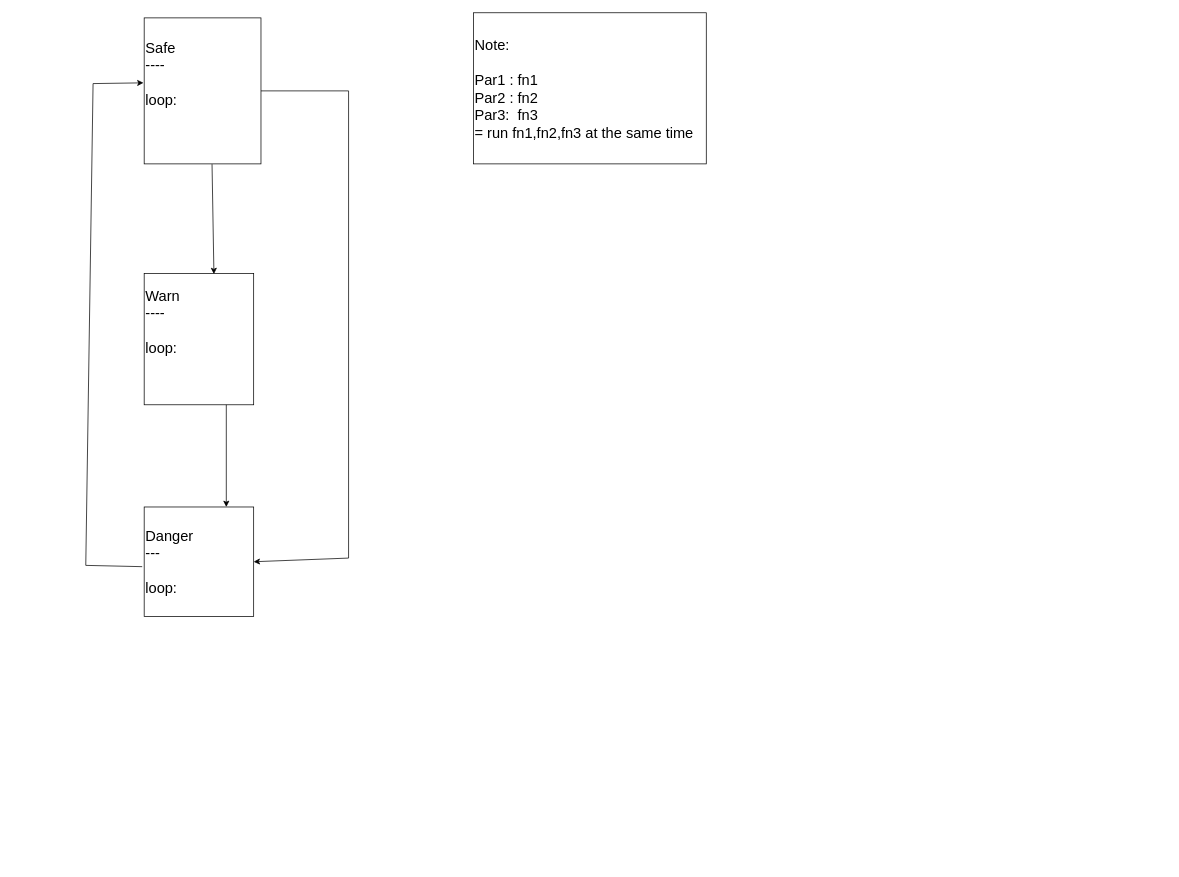
Before: Gas-Detector-State.drawio in exceed19-02/Gas-detector-hardware, a draw.io diagram. Source tidied: cells renumbered, new cells numbered last; positions are measured from the earlier drawing's top-left corner, leaving out a move shared by most shapes. Both pictures are drawn from the tidied source at 73%, with x=0, y=0 at pixel (85, 12).
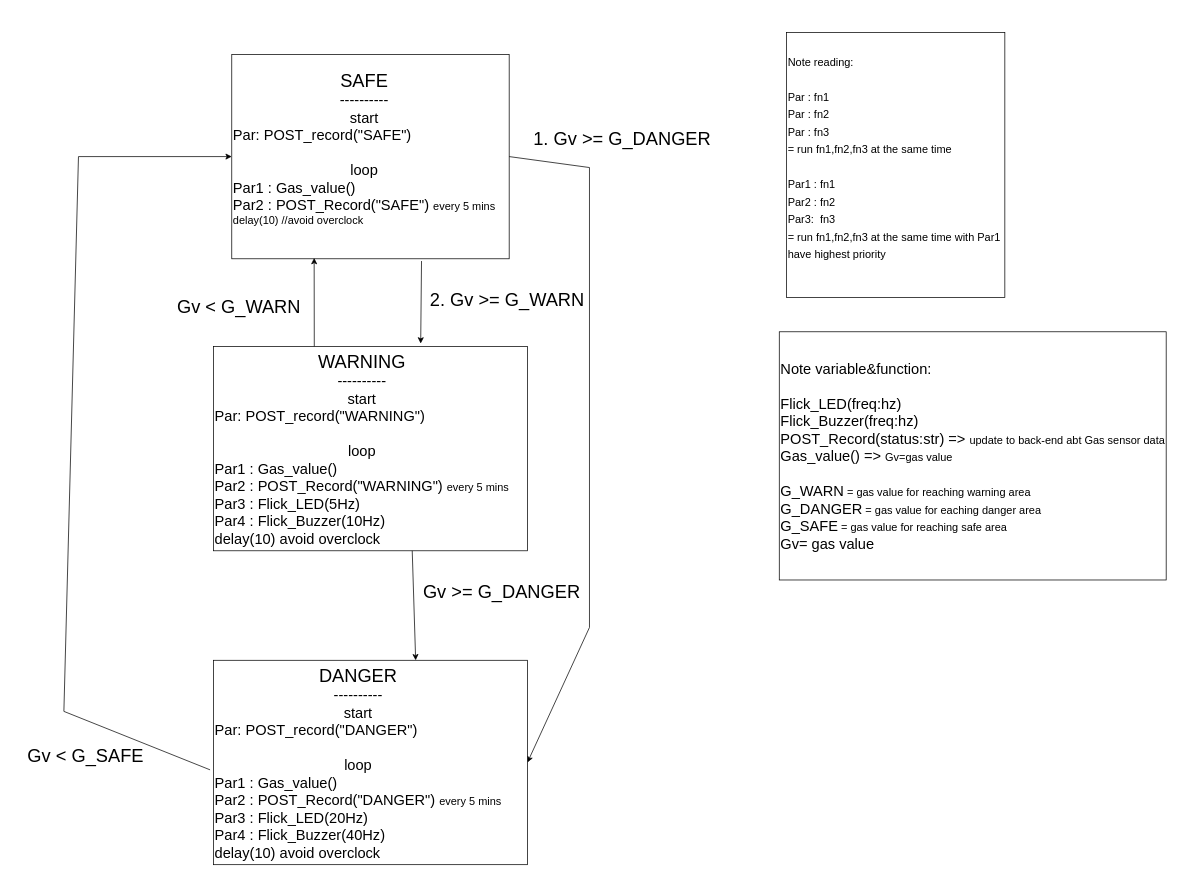
Above is the later version.

The edit, as a diff of the source:
```diff
@@
-    <mxCell id="2" value="&lt;div style=&quot;font-size: 20px;&quot;&gt;&lt;span style=&quot;background-color: initial;&quot;&gt;&lt;font style=&quot;font-size: 20px;&quot;&gt;Safe&lt;/font&gt;&lt;/span&gt;&lt;/div&gt;&lt;div style=&quot;font-size: 20px;&quot;&gt;&lt;span style=&quot;background-color: initial;&quot;&gt;&lt;font style=&quot;font-size: 20px;&quot;&gt;----&lt;/font&gt;&lt;/span&gt;&lt;/div&gt;&lt;div style=&quot;font-size: 20px;&quot;&gt;&lt;br&gt;&lt;/div&gt;&lt;div style=&quot;font-size: 20px;&quot;&gt;&lt;font style=&quot;font-size: 20px;&quot;&gt;loop:&lt;/font&gt;&lt;/div&gt;&lt;div style=&quot;font-size: 20px;&quot;&gt;&lt;font style=&quot;font-size: 20px;&quot;&gt;&lt;br&gt;&lt;/font&gt;&lt;/div&gt;&lt;div style=&quot;font-size: 20px;&quot;&gt;&lt;br&gt;&lt;/div&gt;" style="rounded=0;whiteSpace=wrap;html=1;align=left;" parent="1" vertex="1">
-      <mxGeometry x="80" y="7" width="160" height="200" as="geometry" />
+    <mxCell id="2" value="&lt;div style=&quot;text-align: center;&quot;&gt;&lt;span style=&quot;background-color: initial;&quot;&gt;&lt;font style=&quot;font-size: 25px;&quot;&gt;SAFE&lt;/font&gt;&lt;/span&gt;&lt;/div&gt;&lt;div style=&quot;text-align: center; font-size: 20px;&quot;&gt;&lt;span style=&quot;background-color: initial;&quot;&gt;&lt;font style=&quot;font-size: 20px;&quot;&gt;----------&lt;/font&gt;&lt;/span&gt;&lt;/div&gt;&lt;div style=&quot;text-align: center; font-size: 20px;&quot;&gt;start&lt;/div&gt;&lt;div style=&quot;font-size: 20px;&quot;&gt;Par: POST_record(&quot;SAFE&quot;)&lt;/div&gt;&lt;div style=&quot;font-size: 20px;&quot;&gt;&lt;br&gt;&lt;/div&gt;&lt;div style=&quot;text-align: center; font-size: 20px;&quot;&gt;&lt;font style=&quot;font-size: 20px;&quot;&gt;loop&lt;/font&gt;&lt;/div&gt;&lt;div style=&quot;font-size: 20px;&quot;&gt;Par1 : Gas_value()&lt;br&gt;&lt;/div&gt;&lt;div style=&quot;&quot;&gt;&lt;font style=&quot;font-size: 20px;&quot;&gt;Par2 : POST_Record(&quot;SAFE&quot;) &lt;/font&gt;&lt;font style=&quot;font-size: 15px;&quot;&gt;every 5 mins&lt;/font&gt;&lt;/div&gt;&lt;div style=&quot;&quot;&gt;&lt;span style=&quot;font-size: 15px;&quot;&gt;delay(10) //avoid overclock&lt;/span&gt;&lt;/div&gt;&lt;div style=&quot;font-size: 20px;&quot;&gt;&lt;br&gt;&lt;/div&gt;" style="rounded=0;whiteSpace=wrap;html=1;align=left;" parent="1" vertex="1">
+      <mxGeometry x="200" y="57" width="380" height="280" as="geometry" />
     </mxCell>
-    <mxCell id="3" value="&lt;div style=&quot;border-color: var(--border-color); font-size: 20px;&quot;&gt;&lt;font style=&quot;font-size: 20px;&quot;&gt;Warn&lt;/font&gt;&lt;/div&gt;&lt;div style=&quot;border-color: var(--border-color); font-size: 20px;&quot;&gt;&lt;span style=&quot;border-color: var(--border-color); background-color: initial;&quot;&gt;&lt;font style=&quot;border-color: var(--border-color); font-size: 20px;&quot;&gt;----&lt;/font&gt;&lt;/span&gt;&lt;/div&gt;&lt;div style=&quot;border-color: var(--border-color); font-size: 20px;&quot;&gt;&lt;br&gt;&lt;/div&gt;&lt;div style=&quot;border-color: var(--border-color); font-size: 20px;&quot;&gt;&lt;font style=&quot;border-color: var(--border-color); font-size: 20px;&quot;&gt;loop:&lt;/font&gt;&lt;/div&gt;&lt;div style=&quot;border-color: var(--border-color); font-size: 20px;&quot;&gt;&lt;font style=&quot;font-size: 20px;&quot;&gt;&lt;br style=&quot;border-color: var(--border-color);&quot;&gt;&lt;/font&gt;&lt;/div&gt;&lt;div style=&quot;border-color: var(--border-color); font-size: 20px;&quot;&gt;&lt;br style=&quot;border-color: var(--border-color);&quot;&gt;&lt;/div&gt;" style="rounded=0;whiteSpace=wrap;html=1;align=left;" parent="1" vertex="1">
-      <mxGeometry x="80" y="357" width="150" height="180" as="geometry" />
-    </mxCell>
-    <mxCell id="4" value="&lt;font style=&quot;font-size: 20px;&quot;&gt;Danger&lt;br&gt;---&lt;br&gt;&lt;br&gt;loop:&lt;/font&gt;" style="rounded=0;whiteSpace=wrap;html=1;align=left;" parent="1" vertex="1">
-      <mxGeometry x="80" y="677" width="150" height="150" as="geometry" />
-    </mxCell>
-    <mxCell id="5" style="endArrow=classic;html=1;rounded=0;fontSize=15;exitX=1;exitY=0.5;exitDx=0;exitDy=0;entryX=1;entryY=0.5;entryDx=0;entryDy=0;" parent="1" edge="1" source="2" target="4">
+    <mxCell id="5" style="endArrow=classic;html=1;rounded=0;fontSize=15;exitX=1;exitY=0.5;exitDx=0;exitDy=0;entryX=1;entryY=0.5;entryDx=0;entryDy=0;" parent="1" edge="1" source="2" target="12">
       <mxGeometry relative="1" as="geometry">
         <Array as="points">
-          <mxPoint x="360" y="107" />
-          <mxPoint x="360" y="747" />
+          <mxPoint x="690" y="212" />
+          <mxPoint x="690" y="842" />
         </Array>
       </mxGeometry>
     </mxCell>
-    <mxCell id="6" style="endArrow=classic;html=1;rounded=0;fontSize=20;exitX=0.581;exitY=1.002;exitDx=0;exitDy=0;exitPerimeter=0;entryX=0.637;entryY=0.005;entryDx=0;entryDy=0;entryPerimeter=0;" parent="1" edge="1" source="2" target="3">
+    <mxCell id="6" style="endArrow=classic;html=1;rounded=0;fontSize=20;entryX=0.66;entryY=-0.014;entryDx=0;entryDy=0;exitX=0.684;exitY=1.011;exitDx=0;exitDy=0;entryPerimeter=0;exitPerimeter=0;" parent="1" edge="1" source="2" target="11">
       <mxGeometry relative="1" as="geometry" />
     </mxCell>
-    <mxCell id="7" style="endArrow=classic;html=1;rounded=0;fontSize=20;exitX=0.75;exitY=1;exitDx=0;exitDy=0;entryX=0.75;entryY=0;entryDx=0;entryDy=0;" parent="1" edge="1" source="3" target="4">
-      <mxGeometry relative="1" as="geometry" />
-    </mxCell>
-    <mxCell id="8" style="endArrow=classic;html=1;rounded=0;fontSize=20;exitX=-0.018;exitY=0.545;exitDx=0;exitDy=0;exitPerimeter=0;entryX=-0.006;entryY=0.445;entryDx=0;entryDy=0;entryPerimeter=0;" parent="1" edge="1" source="4" target="2">
+    <mxCell id="8" style="endArrow=classic;html=1;rounded=0;fontSize=20;exitX=-0.011;exitY=0.536;exitDx=0;exitDy=0;exitPerimeter=0;entryX=0;entryY=0.5;entryDx=0;entryDy=0;" parent="1" edge="1" source="12" target="2">
       <mxGeometry relative="1" as="geometry">
         <Array as="points">
-          <mxPoint y="757" />
-          <mxPoint x="10" y="97" />
+          <mxPoint x="-30" y="957" />
+          <mxPoint x="-10" y="197" />
         </Array>
       </mxGeometry>
     </mxCell>
-    <mxCell id="9" value="Note:&lt;br&gt;&lt;br&gt;Par1 : fn1&lt;br&gt;Par2 : fn2&lt;br&gt;Par3:&amp;nbsp; fn3&lt;br&gt;= run fn1,fn2,fn3 at the same time" style="rounded=0;whiteSpace=wrap;html=1;fontSize=20;align=left;" parent="1" vertex="1">
-      <mxGeometry x="531" width="319" height="207" as="geometry" />
+    <mxCell id="9" value="&lt;font style=&quot;font-size: 15px;&quot;&gt;Note reading:&lt;br&gt;&lt;br&gt;Par : fn1&lt;br&gt;Par : fn2&lt;br&gt;Par : fn3&lt;br&gt;= run fn1,fn2,fn3 at the same time&amp;nbsp;&lt;br&gt;&lt;br&gt;Par1 : fn1&lt;br&gt;Par2 : fn2&lt;br&gt;Par3:&amp;nbsp; fn3&lt;br&gt;= run fn1,fn2,fn3 at the same time with Par1 have highest priority&lt;br&gt;&lt;br&gt;&lt;/font&gt;" style="rounded=0;whiteSpace=wrap;html=1;fontSize=20;align=left;" parent="1" vertex="1">
+      <mxGeometry x="960" y="27" width="299" height="363" as="geometry" />
     </mxCell>
+    <mxCell id="10" value="Note variable&amp;amp;function:&lt;br&gt;&lt;br&gt;Flick_LED(freq:hz)&lt;br&gt;Flick_Buzzer(freq:hz)&lt;br&gt;POST_Record(status:str) =&amp;gt; &lt;font style=&quot;&quot;&gt;&lt;span style=&quot;font-size: 15px;&quot;&gt;update to back-end abt Gas sensor data&lt;br&gt;&lt;/span&gt;Gas_value() =&amp;gt; &lt;font style=&quot;font-size: 15px;&quot;&gt;Gv=gas value&lt;/font&gt;&lt;br&gt;&lt;br&gt;&lt;font style=&quot;font-size: 20px;&quot;&gt;G_WARN&lt;/font&gt;&lt;/font&gt;&lt;font style=&quot;&quot;&gt;&lt;span style=&quot;font-size: 15px;&quot;&gt;&amp;nbsp;= gas value for reaching warning area&lt;/span&gt;&lt;br&gt;&lt;font style=&quot;font-size: 20px;&quot;&gt;G_DANGER&lt;/font&gt;&lt;/font&gt;&lt;font style=&quot;&quot;&gt;&lt;span style=&quot;font-size: 15px;&quot;&gt;&amp;nbsp;= gas value for eaching danger area&lt;/span&gt;&lt;br&gt;&lt;font style=&quot;font-size: 20px;&quot;&gt;G_SAFE&lt;/font&gt;&lt;/font&gt;&lt;font style=&quot;&quot;&gt;&lt;span style=&quot;font-size: 15px;&quot;&gt;&amp;nbsp;= gas value for reaching safe area&lt;/span&gt;&lt;br&gt;&lt;font style=&quot;font-size: 20px;&quot;&gt;Gv= gas value&lt;/font&gt;&lt;br&gt;&lt;/font&gt;" style="rounded=0;whiteSpace=wrap;html=1;fontSize=20;align=left;" parent="1" vertex="1">
+      <mxGeometry x="950" y="437" width="530" height="340" as="geometry" />
+    </mxCell>
+    <mxCell id="11" value="&lt;div style=&quot;text-align: center;&quot;&gt;&lt;span style=&quot;background-color: initial;&quot;&gt;&lt;font style=&quot;font-size: 25px;&quot;&gt;WARNING&lt;/font&gt;&lt;/span&gt;&lt;/div&gt;&lt;div style=&quot;text-align: center; font-size: 20px;&quot;&gt;&lt;span style=&quot;background-color: initial;&quot;&gt;&lt;font style=&quot;font-size: 20px;&quot;&gt;----------&lt;/font&gt;&lt;/span&gt;&lt;/div&gt;&lt;div style=&quot;text-align: center; font-size: 20px;&quot;&gt;start&lt;/div&gt;&lt;div style=&quot;font-size: 20px;&quot;&gt;Par: POST_record(&quot;WARNING&quot;)&lt;/div&gt;&lt;div style=&quot;font-size: 20px;&quot;&gt;&lt;br&gt;&lt;/div&gt;&lt;div style=&quot;text-align: center; font-size: 20px;&quot;&gt;&lt;font style=&quot;font-size: 20px;&quot;&gt;loop&lt;/font&gt;&lt;/div&gt;&lt;div style=&quot;font-size: 20px;&quot;&gt;Par1 : Gas_value()&lt;br&gt;&lt;/div&gt;&lt;div style=&quot;&quot;&gt;&lt;font style=&quot;font-size: 20px;&quot;&gt;Par2 : POST_Record(&quot;WARNING&quot;) &lt;/font&gt;&lt;font style=&quot;font-size: 15px;&quot;&gt;every 5 mins&lt;/font&gt;&lt;/div&gt;&lt;div style=&quot;font-size: 20px;&quot;&gt;Par3 : Flick_LED(5Hz)&lt;/div&gt;&lt;div style=&quot;font-size: 20px;&quot;&gt;Par4 : Flick_Buzzer(10Hz)&lt;/div&gt;&lt;div style=&quot;font-size: 20px;&quot;&gt;delay(10) avoid overclock&lt;/div&gt;" style="rounded=0;whiteSpace=wrap;html=1;align=left;" parent="1" vertex="1">
+      <mxGeometry x="175" y="457" width="430" height="280" as="geometry" />
+    </mxCell>
+    <mxCell id="12" value="&lt;div style=&quot;text-align: center;&quot;&gt;&lt;span style=&quot;background-color: initial;&quot;&gt;&lt;font style=&quot;font-size: 25px;&quot;&gt;DANGER&lt;/font&gt;&lt;/span&gt;&lt;/div&gt;&lt;div style=&quot;text-align: center; font-size: 20px;&quot;&gt;&lt;span style=&quot;background-color: initial;&quot;&gt;&lt;font style=&quot;font-size: 20px;&quot;&gt;----------&lt;/font&gt;&lt;/span&gt;&lt;/div&gt;&lt;div style=&quot;text-align: center; font-size: 20px;&quot;&gt;start&lt;/div&gt;&lt;div style=&quot;font-size: 20px;&quot;&gt;Par: POST_record(&quot;DANGER&quot;)&lt;/div&gt;&lt;div style=&quot;font-size: 20px;&quot;&gt;&lt;br&gt;&lt;/div&gt;&lt;div style=&quot;text-align: center; font-size: 20px;&quot;&gt;&lt;font style=&quot;font-size: 20px;&quot;&gt;loop&lt;/font&gt;&lt;/div&gt;&lt;div style=&quot;font-size: 20px;&quot;&gt;Par1 : Gas_value()&lt;br&gt;&lt;/div&gt;&lt;div style=&quot;&quot;&gt;&lt;font style=&quot;font-size: 20px;&quot;&gt;Par2 : POST_Record(&quot;DANGER&quot;) &lt;/font&gt;&lt;font style=&quot;font-size: 15px;&quot;&gt;every 5 mins&lt;/font&gt;&lt;/div&gt;&lt;div style=&quot;font-size: 20px;&quot;&gt;Par3 : Flick_LED(20Hz)&lt;/div&gt;&lt;div style=&quot;font-size: 20px;&quot;&gt;Par4 : Flick_Buzzer(40Hz)&lt;/div&gt;&lt;div style=&quot;font-size: 20px;&quot;&gt;delay(10) avoid overclock&lt;/div&gt;" style="rounded=0;whiteSpace=wrap;html=1;align=left;" parent="1" vertex="1">
+      <mxGeometry x="175" y="887" width="430" height="280" as="geometry" />
+    </mxCell>
+    <mxCell id="13" style="endArrow=classic;html=1;rounded=0;fontSize=25;exitX=0.321;exitY=0;exitDx=0;exitDy=0;exitPerimeter=0;entryX=0.297;entryY=0.996;entryDx=0;entryDy=0;entryPerimeter=0;" parent="1" edge="1" source="11" target="2">
+      <mxGeometry relative="1" as="geometry" />
+    </mxCell>
+    <mxCell id="14" style="endArrow=classic;html=1;rounded=0;fontSize=25;exitX=0.633;exitY=1;exitDx=0;exitDy=0;exitPerimeter=0;entryX=0.644;entryY=0;entryDx=0;entryDy=0;entryPerimeter=0;" parent="1" edge="1" source="11" target="12">
+      <mxGeometry relative="1" as="geometry" />
+    </mxCell>
+    <mxCell id="15" value="1. Gv &amp;gt;= G_DANGER" style="text;html=1;strokeColor=none;fillColor=none;align=center;verticalAlign=middle;whiteSpace=wrap;rounded=0;fontSize=25;" parent="1" vertex="1">
+      <mxGeometry x="600" y="157" width="270" height="30" as="geometry" />
+    </mxCell>
+    <mxCell id="16" value="Gv &amp;lt; G_SAFE" style="text;html=1;strokeColor=none;fillColor=none;align=center;verticalAlign=middle;whiteSpace=wrap;rounded=0;fontSize=25;" parent="1" vertex="1">
+      <mxGeometry x="-100" y="977" width="200" height="80" as="geometry" />
+    </mxCell>
+    <mxCell id="17" value="2. Gv &amp;gt;= G_WARN" style="text;html=1;strokeColor=none;fillColor=none;align=center;verticalAlign=middle;whiteSpace=wrap;rounded=0;fontSize=25;" parent="1" vertex="1">
+      <mxGeometry x="460" y="377" width="235" height="30" as="geometry" />
+    </mxCell>
+    <mxCell id="18" value="Gv &amp;lt; G_WARN" style="text;html=1;strokeColor=none;fillColor=none;align=center;verticalAlign=middle;whiteSpace=wrap;rounded=0;fontSize=25;" parent="1" vertex="1">
+      <mxGeometry x="100" y="387" width="220" height="30" as="geometry" />
+    </mxCell>
+    <mxCell id="19" value="Gv &amp;gt;= G_DANGER" style="text;html=1;strokeColor=none;fillColor=none;align=center;verticalAlign=middle;whiteSpace=wrap;rounded=0;fontSize=25;" parent="1" vertex="1">
+      <mxGeometry x="450" y="777" width="240" height="30" as="geometry" />
+    </mxCell>
```
